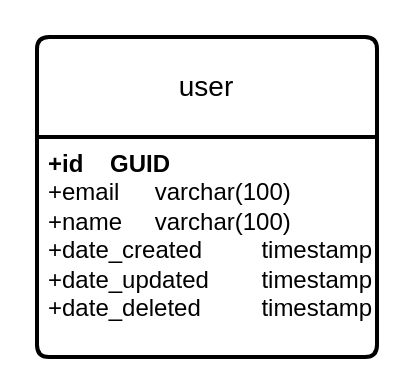
Earlier version of the draw.io diagram EasyMark-DataBase.drawio (mrlramos/EasyMark). Source tidied: cells renumbered, new cells numbered last; positions are measured from the earlier drawing's top-left corner, leaving out a move shared by most shapes. Both pictures are drawn from the tidied source at 200%, with x=0, y=0 at pixel (36, 36).
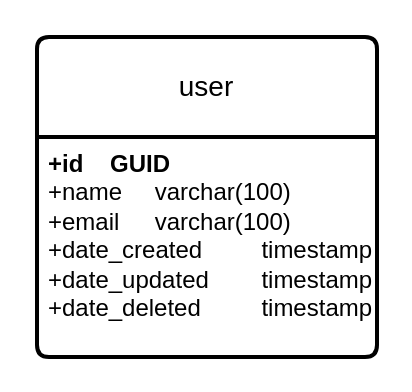
The same diagram, later.

Change to the diagram source:
```diff
@@
 <mxGraphModel>
   <root>
     <mxCell id="0" />
     <mxCell id="1" parent="0" />
     <mxCell id="2" value="user" style="swimlane;horizontal=1;startSize=50;rounded=1;fontSize=14;fontStyle=0;strokeWidth=2;shadow=0;dashed=0;align=center;arcSize=4;whiteSpace=wrap;html=1;" parent="1" vertex="1">
       <mxGeometry width="170" height="160" as="geometry" />
     </mxCell>
-    <mxCell id="3" value="&lt;b&gt;+id&lt;span style=&quot;&quot;&gt;&lt;span style=&quot;&quot;&gt;&amp;nbsp;&amp;nbsp;&amp;nbsp;&amp;nbsp;&lt;/span&gt;&lt;/span&gt;GUID&lt;/b&gt;&lt;br&gt;+email&lt;span style=&quot;white-space: pre;&quot;&gt;&#9;&lt;/span&gt;varchar(100)&lt;br&gt;+name&lt;span style=&quot;white-space: pre;&quot;&gt;&#9;&lt;/span&gt;varchar(100)&lt;br&gt;+date_created&lt;span style=&quot;white-space: pre;&quot;&gt;&#9;&lt;/span&gt;&lt;span style=&quot;white-space: pre;&quot;&gt;&#9;&lt;/span&gt;timestamp&lt;br&gt;+date_updated&lt;span style=&quot;white-space: pre;&quot;&gt;&#9;&lt;/span&gt;timestamp&lt;br&gt;+date_deleted&lt;span style=&quot;white-space: pre;&quot;&gt;&#9;&lt;/span&gt;&lt;span style=&quot;white-space: pre;&quot;&gt;&#9;&lt;/span&gt;timestamp" style="align=left;strokeColor=none;fillColor=none;spacingLeft=4;fontSize=12;verticalAlign=top;html=1;" parent="2" vertex="1">
+    <mxCell id="3" value="&lt;b&gt;+id&lt;span style=&quot;&quot;&gt;&lt;span style=&quot;&quot;&gt;&amp;nbsp;&amp;nbsp;&amp;nbsp;&amp;nbsp;&lt;/span&gt;&lt;/span&gt;GUID&lt;/b&gt;&lt;br&gt;+name&lt;span style=&quot;white-space: pre;&quot;&gt;&#9;&lt;/span&gt;varchar(100)&lt;br&gt;+email&lt;span style=&quot;white-space: pre;&quot;&gt;&#9;&lt;/span&gt;varchar(100)&lt;br&gt;+date_created&lt;span style=&quot;white-space: pre;&quot;&gt;&#9;&lt;/span&gt;&lt;span style=&quot;white-space: pre;&quot;&gt;&#9;&lt;/span&gt;timestamp&lt;br&gt;+date_updated&lt;span style=&quot;white-space: pre;&quot;&gt;&#9;&lt;/span&gt;timestamp&lt;br&gt;+date_deleted&lt;span style=&quot;white-space: pre;&quot;&gt;&#9;&lt;/span&gt;&lt;span style=&quot;white-space: pre;&quot;&gt;&#9;&lt;/span&gt;timestamp" style="align=left;strokeColor=none;fillColor=none;spacingLeft=4;fontSize=12;verticalAlign=top;html=1;" parent="2" vertex="1">
       <mxGeometry y="50" width="170" height="110" as="geometry" />
     </mxCell>
   </root>
 </mxGraphModel>
```
